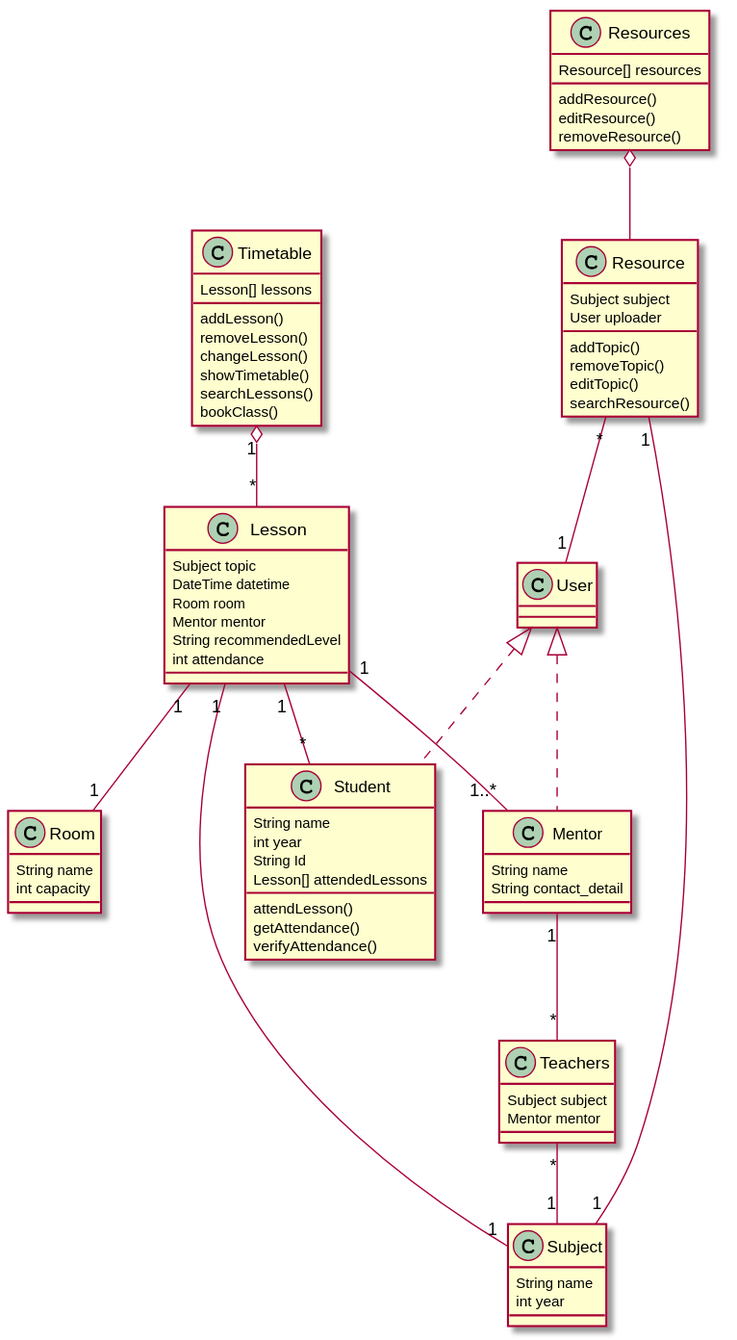
Before: Class Diagrams/class_diagram.svg, a diagram exported from PlantUML (Gyrogaming01/asdp-project-1).
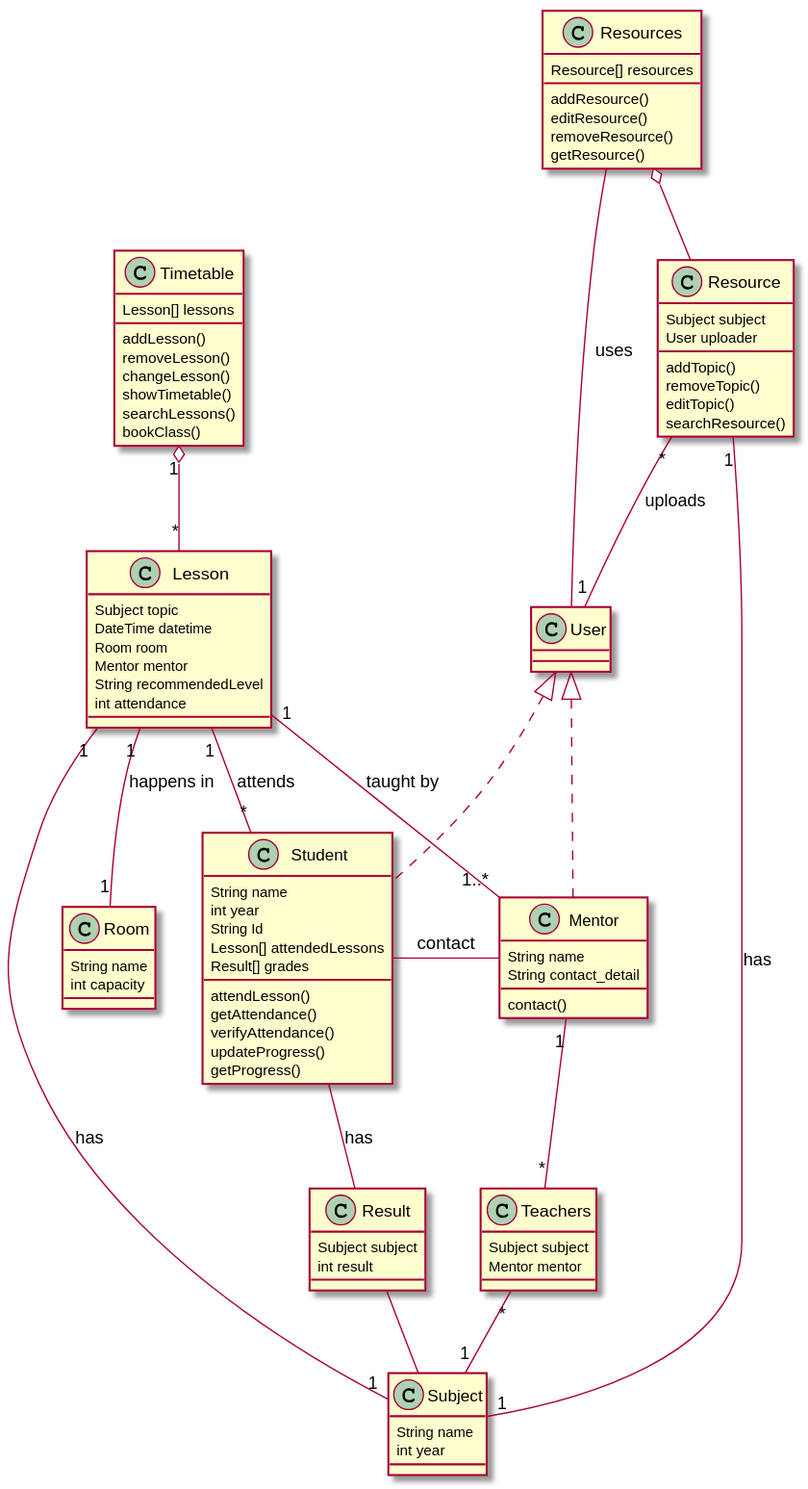
Above is the later version.

Commit message:
updated class diagram

Change to the diagram source:
```diff
@@ -1,18 +1,19 @@
 @startuml
 
 Timetable "1" o-- "*" Lesson
-Lesson "1" -- "1" Room
-Lesson "1" -- "1..*" Mentor
+Lesson "1" -- "1" Room : happens in
+Lesson "1" -- "1..*" Mentor : taught by
 
 Mentor "1" -- "*" Teachers
 Teachers "*" -- "1" Subject
-Resource "*" -- "1" User
+Resource "*" -- "1" User : uploads
 User <|.. Student
 User <|.. Mentor
-Resource "1" -- "1" Subject
+Resource "1" -- "1" Subject : has
 Resources o-- Resource
-Lesson "1" -- "1" Subject
-Lesson "1" -- "*" Student
+Lesson "1" -- "1" Subject : has
+Lesson "1" -- "*" Student : attends
+Resources -- User : uses
 
 class Timetable {
   Lesson[] lessons
@@ -41,13 +42,17 @@
 class Mentor {
   String name
   String contact_detail
+  contact()
 }
+
+Student - Mentor : contact
 
 class Resources {
   Resource[] resources
   addResource()
   editResource()
   removeResource()
+  getResource()
 }
 
 class Resource {
@@ -64,9 +69,20 @@
   int year
   String Id
   Lesson[] attendedLessons
+  Result[] grades
   attendLesson()
   getAttendance()
   verifyAttendance()
+  updateProgress()
+  getProgress()
+}
+
+Student -- Result : has
+Result -- Subject
+
+class Result {
+  Subject subject
+  int result
 }
 
 class Subject {
```
